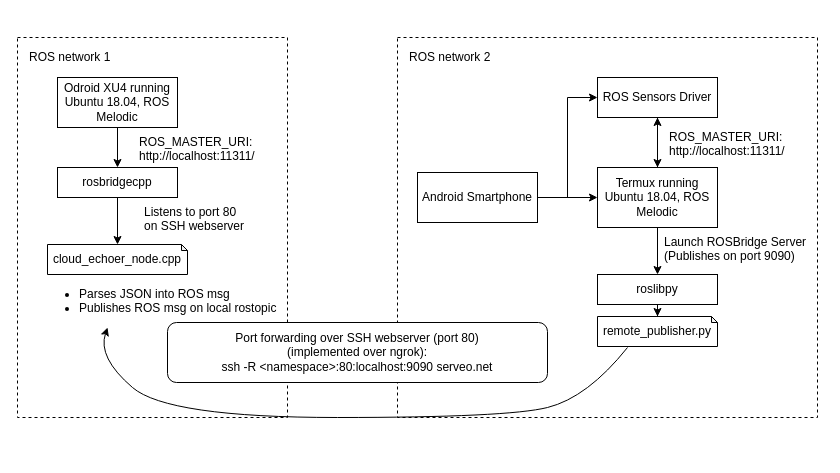
Above: ROSBridge Architecture.drawio in prasannawilliams/high-level-architecture (draw.io), before the change. Source tidied: cells renumbered, new cells numbered last; positions are measured from the earlier drawing's top-left corner, leaving out a move shared by most shapes. Both pictures are drawn from the tidied source at 100%, with x=0, y=0 at pixel (17, 37).
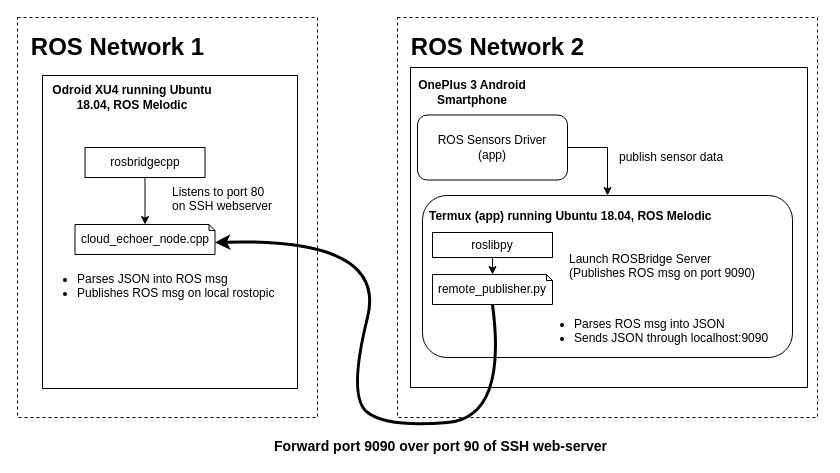
The same page after the edit.

What changed in the source:
```diff
@@
     <mxCell id="2" style="rounded=0;whiteSpace=wrap;html=1;dashed=1;" parent="1" vertex="1">
-      <mxGeometry width="270" height="380" as="geometry" />
+      <mxGeometry y="-20" width="300" height="400" as="geometry" />
     </mxCell>
     <mxCell id="3" style="rounded=0;whiteSpace=wrap;html=1;dashed=1;" parent="1" vertex="1">
-      <mxGeometry x="380" width="420" height="380" as="geometry" />
+      <mxGeometry x="380" y="-20" width="420" height="400" as="geometry" />
     </mxCell>
-    <mxCell id="4" style="edgeStyle=orthogonalEdgeStyle;rounded=0;jettySize=auto;html=1;entryX=0;entryY=0.5;entryDx=0;entryDy=0;" parent="1" edge="1" source="6" target="11">
-      <mxGeometry relative="1" as="geometry" />
-    </mxCell>
-    <mxCell id="5" style="edgeStyle=orthogonalEdgeStyle;rounded=0;jettySize=auto;html=1;entryX=0;entryY=0.5;entryDx=0;entryDy=0;" parent="1" edge="1" source="6" target="15">
-      <mxGeometry relative="1" as="geometry">
-        <Array as="points">
-          <mxPoint x="550" y="160" />
-          <mxPoint x="550" y="60" />
-        </Array>
-      </mxGeometry>
-    </mxCell>
-    <mxCell id="6" value="Android Smartphone" style="rounded=0;whiteSpace=wrap;html=1;" parent="1" vertex="1">
-      <mxGeometry x="400" y="135" width="120" height="50" as="geometry" />
+    <mxCell id="6" style="rounded=0;whiteSpace=wrap;html=1;" parent="1" vertex="1">
+      <mxGeometry x="393" y="30" width="397" height="320" as="geometry" />
     </mxCell>
-    <mxCell id="7" style="edgeStyle=orthogonalEdgeStyle;rounded=0;jettySize=auto;html=1;" parent="1" edge="1" source="8" target="21">
-      <mxGeometry relative="1" as="geometry" />
-    </mxCell>
-    <mxCell id="8" value="Odroid XU4 running Ubuntu 18.04, ROS Melodic" style="rounded=0;whiteSpace=wrap;html=1;" parent="1" vertex="1">
-      <mxGeometry x="40" y="40" width="120" height="50" as="geometry" />
+    <mxCell id="8" value="&lt;h4 style=&quot;text-align: center&quot;&gt;&lt;br&gt;&lt;/h4&gt;" style="rounded=0;whiteSpace=wrap;html=1;" parent="1" vertex="1">
+      <mxGeometry x="25" y="38" width="255" height="313" as="geometry" />
     </mxCell>
-    <mxCell id="9" style="edgeStyle=orthogonalEdgeStyle;rounded=0;jettySize=auto;html=1;" parent="1" edge="1" source="11" target="13">
-      <mxGeometry relative="1" as="geometry" />
-    </mxCell>
-    <mxCell id="10" style="edgeStyle=orthogonalEdgeStyle;rounded=0;jettySize=auto;html=1;exitX=0.5;exitY=0;exitDx=0;exitDy=0;entryX=0.5;entryY=1;entryDx=0;entryDy=0;" parent="1" edge="1" source="11" target="15">
-      <mxGeometry relative="1" as="geometry" />
-    </mxCell>
-    <mxCell id="11" value="Termux running Ubuntu 18.04, ROS Melodic" style="rounded=0;whiteSpace=wrap;html=1;" parent="1" vertex="1">
-      <mxGeometry x="580" y="130" width="120" height="60" as="geometry" />
-    </mxCell>
+    <mxCell id="20" style="edgeStyle=orthogonalEdgeStyle;rounded=0;jettySize=auto;html=1;entryX=0.5;entryY=0;entryDx=0;entryDy=0;entryPerimeter=0;" parent="1" edge="1" source="21" target="25">
+      <mxGeometry relative="1" as="geometry" />
+    </mxCell>
+    <mxCell id="21" value="rosbridgecpp" style="rounded=0;whiteSpace=wrap;html=1;" parent="1" vertex="1">
+      <mxGeometry x="67.5" y="110" width="120" height="30" as="geometry" />
+    </mxCell>
+    <mxCell id="25" value="cloud_echoer_node.cpp" style="shape=note;whiteSpace=wrap;html=1;backgroundOutline=1;darkOpacity=0.05;size=6;" parent="1" vertex="1">
+      <mxGeometry x="57.5" y="187" width="140" height="30" as="geometry" />
+    </mxCell>
+    <mxCell id="26" value="&lt;ul&gt;&lt;li&gt;Parses JSON into ROS msg&lt;/li&gt;&lt;li&gt;Publishes ROS msg on local rostopic&lt;/li&gt;&lt;/ul&gt;" style="text;html=1;align=left;verticalAlign=top;spacingTop=-4;" parent="1" vertex="1">
+      <mxGeometry x="17.5" y="220" width="250" height="50" as="geometry" />
+    </mxCell>
+    <mxCell id="28" value="Listens to port 80 &lt;br&gt;on SSH webserver" style="text;html=1;align=left;verticalAlign=top;spacingTop=-4;" parent="1" vertex="1">
+      <mxGeometry x="152.5" y="145" width="120" height="30" as="geometry" />
+    </mxCell>
+    <mxCell id="29" value="&lt;h4&gt;&lt;span&gt;Odroid XU4 running Ubuntu 18.04, ROS Melodic&lt;/span&gt;&lt;/h4&gt;" style="text;html=1;strokeColor=none;fillColor=none;align=center;verticalAlign=middle;whiteSpace=wrap;overflow=hidden;" parent="1" vertex="1">
+      <mxGeometry x="20" y="20" width="190" height="80" as="geometry" />
+    </mxCell>
+    <mxCell id="30" value="ROS Network 1" style="text;strokeColor=none;fillColor=none;html=1;fontSize=24;fontStyle=1;verticalAlign=middle;align=center;" parent="1" vertex="1">
+      <mxGeometry x="50" y="-10" width="100" height="40" as="geometry" />
+    </mxCell>
+    <mxCell id="31" value="ROS Network 2" style="text;strokeColor=none;fillColor=none;html=1;fontSize=24;fontStyle=1;verticalAlign=middle;align=center;" parent="1" vertex="1">
+      <mxGeometry x="430" y="-10" width="100" height="40" as="geometry" />
+    </mxCell>
+    <mxCell id="32" value="&lt;h4&gt;OnePlus 3 Android &lt;br&gt;Smartphone&lt;br&gt;&lt;/h4&gt;" style="text;html=1;strokeColor=none;fillColor=none;align=center;verticalAlign=middle;whiteSpace=wrap;overflow=hidden;" parent="1" vertex="1">
+      <mxGeometry x="360" y="15" width="190" height="80" as="geometry" />
+    </mxCell>
+    <mxCell id="33" style="rounded=1;whiteSpace=wrap;html=1;" parent="1" vertex="1">
+      <mxGeometry x="405" y="158" width="370" height="162" as="geometry" />
+    </mxCell>
+    <mxCell id="34" style="edgeStyle=orthogonalEdgeStyle;rounded=0;jettySize=auto;html=1;exitX=1;exitY=0.5;exitDx=0;exitDy=0;entryX=0.5;entryY=0;entryDx=0;entryDy=0;" parent="1" edge="1" source="35" target="33">
+      <mxGeometry relative="1" as="geometry" />
+    </mxCell>
+    <mxCell id="35" value="ROS Sensors Driver &lt;br&gt;(app)" style="rounded=1;whiteSpace=wrap;html=1;" parent="1" vertex="1">
+      <mxGeometry x="400" y="77.5" width="150" height="65" as="geometry" />
+    </mxCell>
+    <mxCell id="36" value="&lt;span&gt;&lt;b&gt;Termux (app) running Ubuntu 18.04, ROS Melodic&lt;/b&gt;&lt;/span&gt;" style="text;html=1;align=left;verticalAlign=top;spacingTop=-4;" parent="1" vertex="1">
+      <mxGeometry x="410" y="169" width="300" height="20" as="geometry" />
+    </mxCell>
-    <mxCell id="12" style="edgeStyle=orthogonalEdgeStyle;rounded=0;jettySize=auto;html=1;entryX=0.5;entryY=0;entryDx=0;entryDy=0;entryPerimeter=0;" parent="1" edge="1" source="13" target="16">
+    <mxCell id="12" style="edgeStyle=orthogonalEdgeStyle;rounded=0;jettySize=auto;html=1;exitX=0.5;exitY=1;exitDx=0;exitDy=0;entryX=0.5;entryY=0;entryDx=0;entryDy=0;entryPerimeter=0;" parent="1" edge="1" source="13" target="16">
       <mxGeometry relative="1" as="geometry" />
     </mxCell>
     <mxCell id="13" value="roslibpy" style="rounded=0;whiteSpace=wrap;html=1;" parent="1" vertex="1">
-      <mxGeometry x="580" y="237" width="120" height="30" as="geometry" />
+      <mxGeometry x="415" y="195" width="120" height="25" as="geometry" />
     </mxCell>
-    <mxCell id="14" style="edgeStyle=orthogonalEdgeStyle;rounded=0;jettySize=auto;html=1;" parent="1" edge="1" source="15" target="11">
-      <mxGeometry relative="1" as="geometry" />
-    </mxCell>
-    <mxCell id="15" value="ROS Sensors Driver" style="rounded=0;whiteSpace=wrap;html=1;" parent="1" vertex="1">
-      <mxGeometry x="580" y="40" width="120" height="40" as="geometry" />
-    </mxCell>
     <mxCell id="16" value="remote_publisher.py" style="shape=note;whiteSpace=wrap;html=1;backgroundOutline=1;darkOpacity=0.05;size=6;" parent="1" vertex="1">
-      <mxGeometry x="580" y="279" width="120" height="30" as="geometry" />
+      <mxGeometry x="415" y="237" width="120" height="30" as="geometry" />
     </mxCell>
-    <mxCell id="17" value="ROS_MASTER_URI:&lt;br&gt;http://localhost:11311/" style="text;html=1;align=left;verticalAlign=top;spacingTop=-4;" parent="1" vertex="1">
-      <mxGeometry x="650" y="90" width="130" height="30" as="geometry" />
-    </mxCell>
+    <mxCell id="19" value="Launch ROSBridge Server &lt;br&gt;(Publishes ROS msg on port 9090)" style="text;html=1;align=left;verticalAlign=top;spacingTop=-4;" parent="1" vertex="1">
+      <mxGeometry x="550" y="212" width="200" height="30" as="geometry" />
+    </mxCell>
+    <mxCell id="37" value="publish sensor data" style="text;html=1;align=left;verticalAlign=top;spacingTop=-4;" parent="1" vertex="1">
+      <mxGeometry x="600" y="110" width="120" height="20" as="geometry" />
+    </mxCell>
+    <mxCell id="38" value="&lt;ul&gt;&lt;li&gt;Parses ROS msg into JSON&lt;/li&gt;&lt;li&gt;Sends JSON through localhost:9090&lt;/li&gt;&lt;/ul&gt;" style="text;html=1;align=left;verticalAlign=top;spacingTop=-4;" parent="1" vertex="1">
+      <mxGeometry x="515" y="264.5" width="250" height="50" as="geometry" />
+    </mxCell>
-    <mxCell id="18" style="curved=1;endArrow=classic;html=1;" parent="1" edge="1">
+    <mxCell id="18" style="curved=1;endArrow=classic;html=1;exitX=0.5;exitY=1;exitDx=0;exitDy=0;exitPerimeter=0;entryX=0;entryY=0;entryDx=140;entryDy=18;entryPerimeter=0;strokeWidth=3;" parent="1" edge="1" source="16" target="25">
       <mxGeometry relative="1" as="geometry">
-        <mxPoint x="610" y="310" as="sourcePoint" />
-        <mxPoint x="90" y="290" as="targetPoint" />
         <Array as="points">
-          <mxPoint x="570" y="360" />
           <mxPoint x="490" y="380" />
-          <mxPoint x="150" y="380" />
-          <mxPoint x="80" y="320" />
+          <mxPoint x="370" y="390" />
+          <mxPoint x="330" y="360" />
+          <mxPoint x="370" y="200" />
         </Array>
       </mxGeometry>
     </mxCell>
-    <mxCell id="19" value="Launch ROSBridge Server &lt;br&gt;(Publishes on port 9090)" style="text;html=1;align=left;verticalAlign=top;spacingTop=-4;" parent="1" vertex="1">
-      <mxGeometry x="645" y="195" width="160" height="30" as="geometry" />
-    </mxCell>
-    <mxCell id="20" style="edgeStyle=orthogonalEdgeStyle;rounded=0;jettySize=auto;html=1;entryX=0.5;entryY=0;entryDx=0;entryDy=0;entryPerimeter=0;" parent="1" edge="1" source="21" target="25">
-      <mxGeometry relative="1" as="geometry" />
-    </mxCell>
-    <mxCell id="21" value="rosbridgecpp" style="rounded=0;whiteSpace=wrap;html=1;" parent="1" vertex="1">
-      <mxGeometry x="40" y="130" width="120" height="30" as="geometry" />
-    </mxCell>
-    <mxCell id="22" value="ROS_MASTER_URI:&lt;br&gt;http://localhost:11311/" style="text;html=1;align=left;verticalAlign=top;spacingTop=-4;" parent="1" vertex="1">
-      <mxGeometry x="120" y="95" width="130" height="30" as="geometry" />
-    </mxCell>
-    <mxCell id="23" value="ROS network 2" style="text;html=1;align=left;verticalAlign=top;spacingTop=-4;" parent="1" vertex="1">
-      <mxGeometry x="390" y="10" width="100" height="20" as="geometry" />
-    </mxCell>
-    <mxCell id="24" value="ROS network 1" style="text;html=1;align=left;verticalAlign=top;spacingTop=-4;" parent="1" vertex="1">
-      <mxGeometry x="10" y="10" width="100" height="20" as="geometry" />
-    </mxCell>
-    <mxCell id="25" value="cloud_echoer_node.cpp" style="shape=note;whiteSpace=wrap;html=1;backgroundOutline=1;darkOpacity=0.05;size=6;" parent="1" vertex="1">
-      <mxGeometry x="30" y="207" width="140" height="30" as="geometry" />
-    </mxCell>
-    <mxCell id="26" value="&lt;ul&gt;&lt;li&gt;Parses JSON into ROS msg&lt;/li&gt;&lt;li&gt;Publishes ROS msg on local rostopic&lt;/li&gt;&lt;/ul&gt;" style="text;html=1;align=left;verticalAlign=top;spacingTop=-4;" parent="1" vertex="1">
-      <mxGeometry x="20" y="235" width="250" height="50" as="geometry" />
-    </mxCell>
-    <mxCell id="27" value="&lt;span&gt;Port forwarding over SSH webserver (port 80)&lt;/span&gt;&lt;br&gt;&lt;span&gt;(implemented over ngrok):&lt;/span&gt;&lt;br&gt;&lt;span&gt;ssh -R &amp;lt;namespace&amp;gt;:80:localhost:9090 serveo.net&lt;/span&gt;" style="rounded=1;whiteSpace=wrap;html=1;" parent="1" vertex="1">
-      <mxGeometry x="150" y="285" width="380" height="60" as="geometry" />
-    </mxCell>
-    <mxCell id="28" value="Listens to port 80 &lt;br&gt;on SSH webserver" style="text;html=1;align=left;verticalAlign=top;spacingTop=-4;" parent="1" vertex="1">
-      <mxGeometry x="125" y="165" width="120" height="30" as="geometry" />
-    </mxCell>
+    <mxCell id="39" value="&lt;div&gt;&lt;font style=&quot;font-size: 14px&quot;&gt;&lt;b&gt;Forward port 9090 over port 90 of SSH web-server&lt;/b&gt;&lt;/font&gt;&lt;/div&gt;" style="text;html=1;align=left;verticalAlign=top;spacingTop=-4;" parent="1" vertex="1">
+      <mxGeometry x="255" y="398" width="350" height="20" as="geometry" />
+    </mxCell>
```
